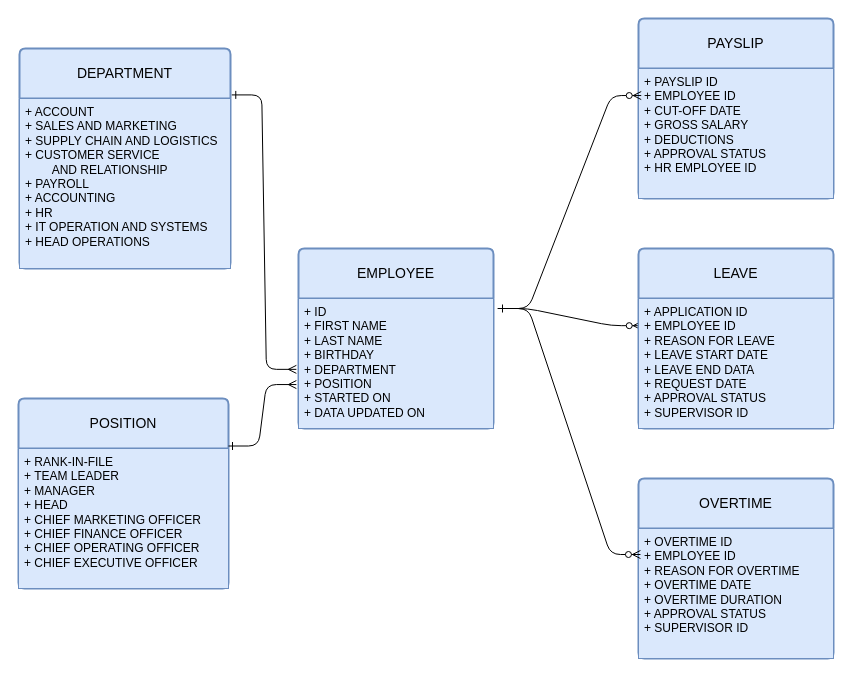
Above: MO-IT107-ERD.drawio in zephyrstorm123/MO-IT107-Worksheet3-ERD (draw.io), before the change. Source tidied: cells renumbered, new cells numbered last; positions are measured from the earlier drawing's top-left corner, leaving out a move shared by most shapes. Both pictures are drawn from the tidied source at 100%, with x=0, y=0 at pixel (-16, 18).
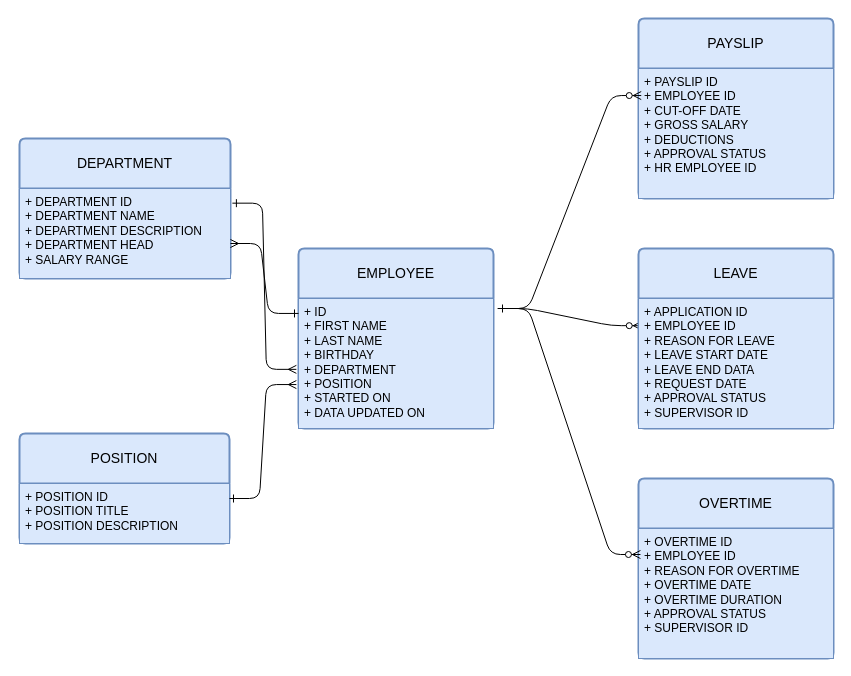
Above is the later version.

The change refers to these unchanged cells:
```xml
<mxCell id="4" value="+ ID&lt;br&gt;+ FIRST NAME&lt;br&gt;+ LAST NAME&lt;br&gt;+ BIRTHDAY&lt;br&gt;+ DEPARTMENT&lt;br&gt;+ POSITION&lt;br&gt;+ STARTED ON&lt;br&gt;+ DATA UPDATED ON" style="align=left;strokeColor=#6c8ebf;fillColor=#dae8fc;spacingLeft=4;fontSize=12;verticalAlign=top;html=1;" parent="3" vertex="1">
  <mxGeometry y="50" width="195" height="130" as="geometry" />
</mxCell>
```

Diff of the diagram source:
```diff
@@
     <mxCell id="12" value="POSITION" style="swimlane;horizontal=1;startSize=50;rounded=1;fontSize=14;fontStyle=0;strokeWidth=2;shadow=0;dashed=0;align=center;arcSize=4;whiteSpace=wrap;html=1;fillColor=#dae8fc;strokeColor=#6c8ebf;" parent="1" vertex="1">
-      <mxGeometry x="34" y="380" width="210" height="190" as="geometry" />
+      <mxGeometry x="35" y="415" width="210" height="110" as="geometry" />
     </mxCell>
-    <mxCell id="13" value="+ RANK-IN-FILE&lt;br&gt;+ TEAM LEADER&lt;br&gt;+ MANAGER&lt;br&gt;+ HEAD&lt;br&gt;+ CHIEF MARKETING OFFICER&lt;br&gt;+ CHIEF FINANCE OFFICER&lt;br&gt;+ CHIEF OPERATING OFFICER&lt;br&gt;+ CHIEF EXECUTIVE OFFICER" style="align=left;strokeColor=#6c8ebf;fillColor=#dae8fc;spacingLeft=4;fontSize=12;verticalAlign=top;html=1;" parent="12" vertex="1">
-      <mxGeometry y="50" width="210" height="140" as="geometry" />
+    <mxCell id="13" value="+ POSITION ID&lt;br&gt;+ POSITION TITLE&lt;br&gt;+ POSITION DESCRIPTION" style="align=left;strokeColor=#6c8ebf;fillColor=#dae8fc;spacingLeft=4;fontSize=12;verticalAlign=top;html=1;" parent="12" vertex="1">
+      <mxGeometry y="50" width="210" height="60" as="geometry" />
     </mxCell>
@@
-    <mxCell id="15" style="edgeStyle=entityRelationEdgeStyle;endArrow=ERmany;startArrow=ERone;endFill=0;startFill=0;entryX=-0.011;entryY=0.662;entryDx=0;entryDy=0;entryPerimeter=0;exitX=1;exitY=0.25;exitDx=0;exitDy=0;" parent="1" edge="1" source="12" target="4">
+    <mxCell id="15" style="edgeStyle=entityRelationEdgeStyle;endArrow=ERmany;startArrow=ERone;endFill=0;startFill=0;entryX=-0.011;entryY=0.662;entryDx=0;entryDy=0;entryPerimeter=0;exitX=1;exitY=0.25;exitDx=0;exitDy=0;" parent="1" edge="1" source="13" target="4">
       <mxGeometry relative="1" as="geometry">
         <Array as="points">
           <mxPoint x="20" y="93" />
           <mxPoint x="270" y="133" />
           <mxPoint x="160" y="143" />
           <mxPoint x="170" y="133" />
           <mxPoint y="113" />
           <mxPoint y="103" />
         </Array>
       </mxGeometry>
     </mxCell>
     <mxCell id="16" value="DEPARTMENT" style="swimlane;horizontal=1;startSize=50;rounded=1;fontSize=14;fontStyle=0;strokeWidth=2;shadow=0;dashed=0;align=center;arcSize=4;whiteSpace=wrap;html=1;fillColor=#dae8fc;strokeColor=#6c8ebf;" parent="1" vertex="1">
-      <mxGeometry x="35" y="30" width="211" height="220" as="geometry" />
+      <mxGeometry x="35" y="120" width="211" height="140" as="geometry" />
     </mxCell>
-    <mxCell id="17" value="+ ACCOUNT&lt;br&gt;+ SALES AND MARKETING&lt;br&gt;+ SUPPLY CHAIN AND LOGISTICS&lt;br&gt;+ CUSTOMER SERVICE &lt;br&gt;&lt;span style=&quot;white-space: pre;&quot;&gt;&#9;&lt;/span&gt;AND RELATIONSHIP&lt;br&gt;+ PAYROLL&lt;br&gt;+ ACCOUNTING&lt;br&gt;+ HR&lt;br&gt;+ IT OPERATION AND SYSTEMS&lt;br&gt;+ HEAD OPERATIONS" style="align=left;strokeColor=#6c8ebf;fillColor=#dae8fc;spacingLeft=4;fontSize=12;verticalAlign=top;html=1;" parent="16" vertex="1">
-      <mxGeometry y="50" width="211" height="170" as="geometry" />
+    <mxCell id="17" value="+ DEPARTMENT ID&lt;br&gt;+ DEPARTMENT NAME&lt;br&gt;+ DEPARTMENT DESCRIPTION&lt;br&gt;+ DEPARTMENT HEAD&lt;br&gt;+ SALARY RANGE" style="align=left;strokeColor=#6c8ebf;fillColor=#dae8fc;spacingLeft=4;fontSize=12;verticalAlign=top;html=1;" parent="16" vertex="1">
+      <mxGeometry y="50" width="211" height="90" as="geometry" />
     </mxCell>
+    <mxCell id="19" style="edgeStyle=orthogonalEdgeStyle;rounded=0;orthogonalLoop=1;jettySize=auto;html=1;exitX=0.5;exitY=1;exitDx=0;exitDy=0;" parent="16" edge="1" source="17" target="17">
+      <mxGeometry relative="1" as="geometry" />
+    </mxCell>
-    <mxCell id="18" style="edgeStyle=entityRelationEdgeStyle;endArrow=ERmany;startArrow=ERone;endFill=0;startFill=0;entryX=-0.011;entryY=0.545;entryDx=0;entryDy=0;entryPerimeter=0;exitX=1.006;exitY=0.211;exitDx=0;exitDy=0;exitPerimeter=0;" parent="1" edge="1" source="16" target="4">
+    <mxCell id="18" style="edgeStyle=entityRelationEdgeStyle;endArrow=ERmany;startArrow=ERone;endFill=0;startFill=0;entryX=-0.011;entryY=0.545;entryDx=0;entryDy=0;entryPerimeter=0;exitX=1.009;exitY=0.163;exitDx=0;exitDy=0;exitPerimeter=0;" parent="1" edge="1" source="17" target="4">
       <mxGeometry relative="1" as="geometry">
         <Array as="points">
           <mxPoint x="30" y="103" />
+          <mxPoint x="274" y="270" />
+          <mxPoint x="294" y="270" />
           <mxPoint x="280" y="143" />
           <mxPoint x="170" y="153" />
           <mxPoint x="180" y="143" />
           <mxPoint x="10" y="123" />
           <mxPoint x="10" y="113" />
         </Array>
       </mxGeometry>
     </mxCell>
+    <mxCell id="20" style="edgeStyle=entityRelationEdgeStyle;endArrow=ERone;startArrow=ERmany;endFill=0;startFill=0;entryX=0;entryY=0.115;entryDx=0;entryDy=0;entryPerimeter=0;exitX=1;exitY=0.75;exitDx=0;exitDy=0;" parent="1" edge="1" source="16" target="4">
+      <mxGeometry relative="1" as="geometry">
+        <Array as="points">
+          <mxPoint x="26" y="132" />
+          <mxPoint x="304" y="250" />
+          <mxPoint x="276" y="172" />
+          <mxPoint x="276" y="295" />
+          <mxPoint x="166" y="182" />
+          <mxPoint x="176" y="172" />
+          <mxPoint x="6" y="152" />
+          <mxPoint x="6" y="142" />
+        </Array>
+      </mxGeometry>
+    </mxCell>
```
